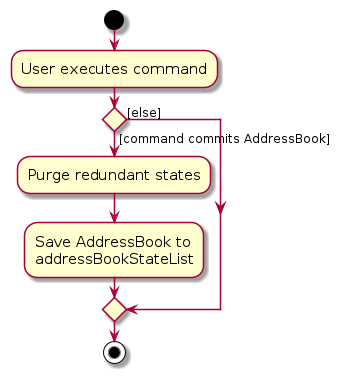
Before: diagrams/CommitActivityDiagram.png, a diagram exported from PlantUML (AY2627S1-CS2103T-T14-4/tp). Its source is kept beside it as diagrams/CommitActivityDiagram.puml.
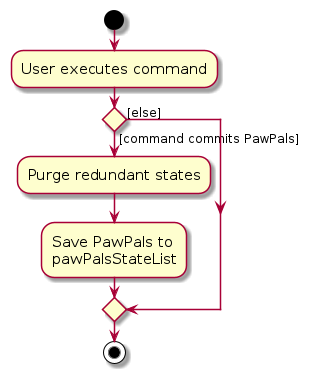
After the change.

Change to the diagram source:
```diff
@@ -6,10 +6,10 @@
 :User executes command;
 
 
-if () then ([command commits AddressBook])
+if () then ([command commits PawPals])
     :Purge redundant states;
-    :Save AddressBook to
-    addressBookStateList;
+    :Save PawPals to
+    pawPalsStateList;
 else ([else])
 endif
 stop
```
